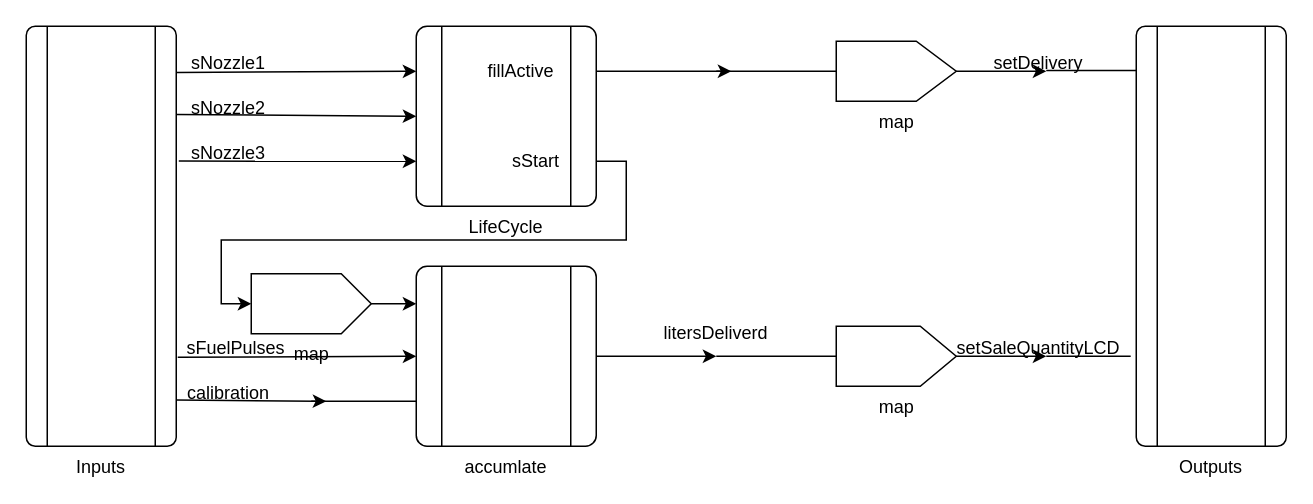
The draw.io diagram AccumulatePlusPump.drawio in suzuki-taro-29/FRP-chap4-diagrams, before the edit. Source tidied: cells renumbered, new cells numbered last; positions are measured from the earlier drawing's top-left corner, leaving out a move shared by most shapes. Both pictures are drawn from the tidied source at 150%, with x=0, y=0 at pixel (26, 26).
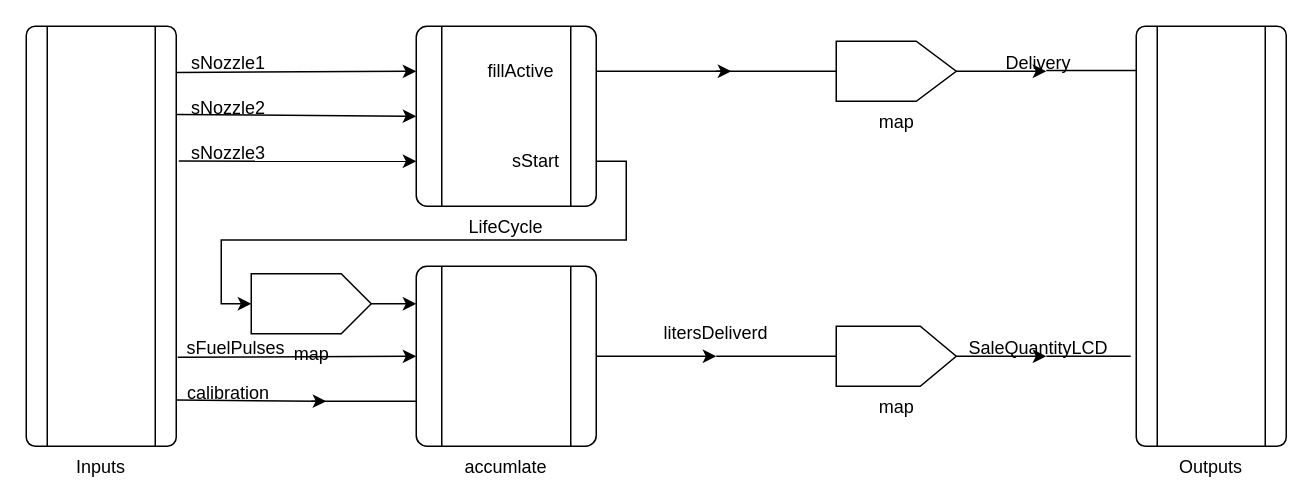
The same diagram, later.

Commit message:
AccumulatePlusPump.drawio を更新します

The edit, as a diff of the source:
```diff
@@
-    <mxCell id="4" value="setDelivery" style="text;html=1;align=center;verticalAlign=middle;whiteSpace=wrap;rounded=0;" parent="1" vertex="1">
+    <mxCell id="4" value="Delivery" style="text;html=1;align=center;verticalAlign=middle;whiteSpace=wrap;rounded=0;" parent="1" vertex="1">
       <mxGeometry x="645" y="10" width="60" height="30" as="geometry" />
     </mxCell>
@@
-    <mxCell id="7" value="setSaleQuantityLCD" style="text;html=1;align=center;verticalAlign=middle;whiteSpace=wrap;rounded=0;" parent="1" vertex="1">
+    <mxCell id="7" value="SaleQuantityLCD" style="text;html=1;align=center;verticalAlign=middle;whiteSpace=wrap;rounded=0;" parent="1" vertex="1">
       <mxGeometry x="620" y="200" width="110" height="30" as="geometry" />
     </mxCell>
```
